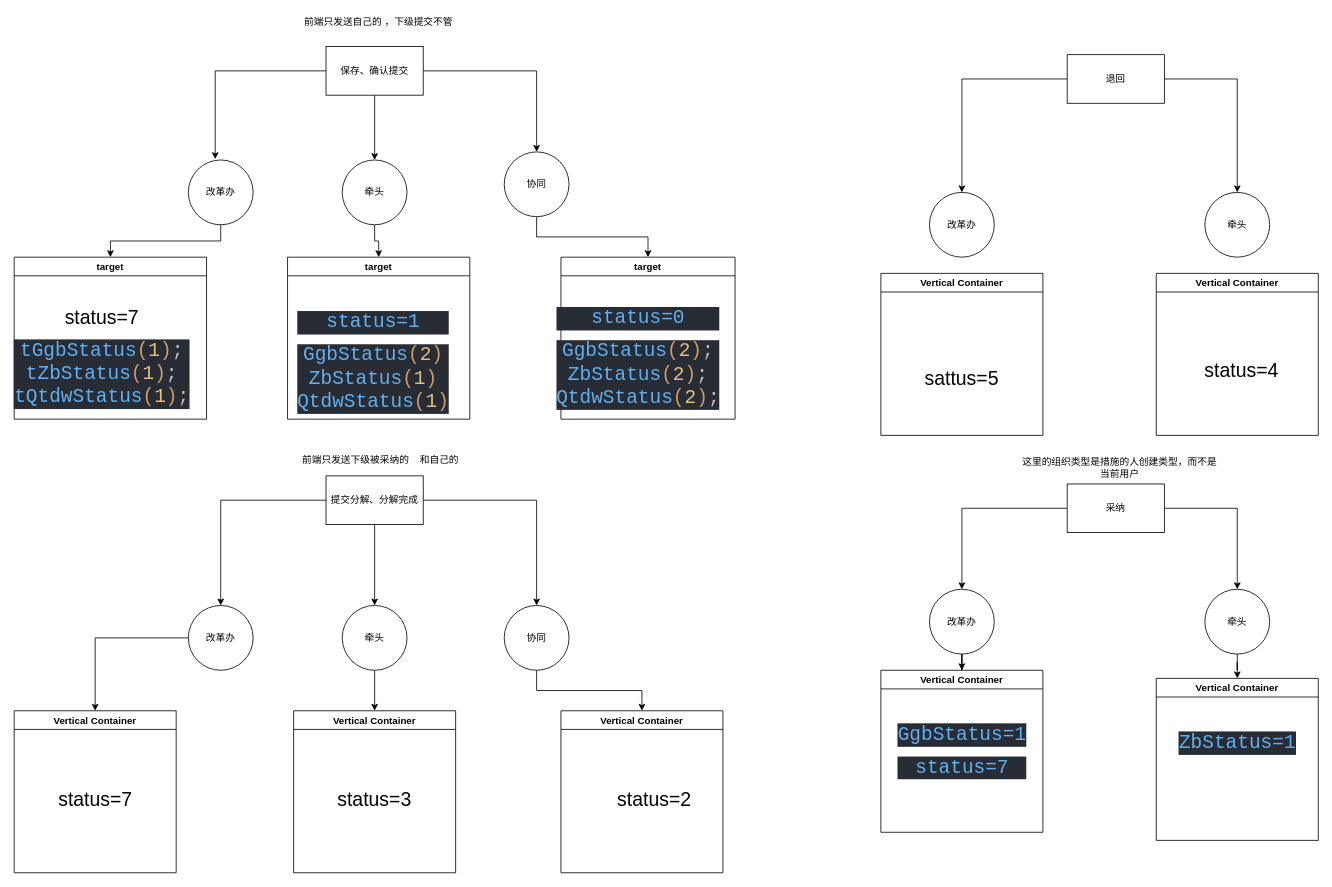
Above: 措施状态位变化.drawio in Leicw/draw.io_file (draw.io), before the change. Source tidied: cells renumbered, new cells numbered last; positions are measured from the earlier drawing's top-left corner, leaving out a move shared by most shapes. Both pictures are drawn from the tidied source at 81%, with x=0, y=0 at pixel (14, 14).
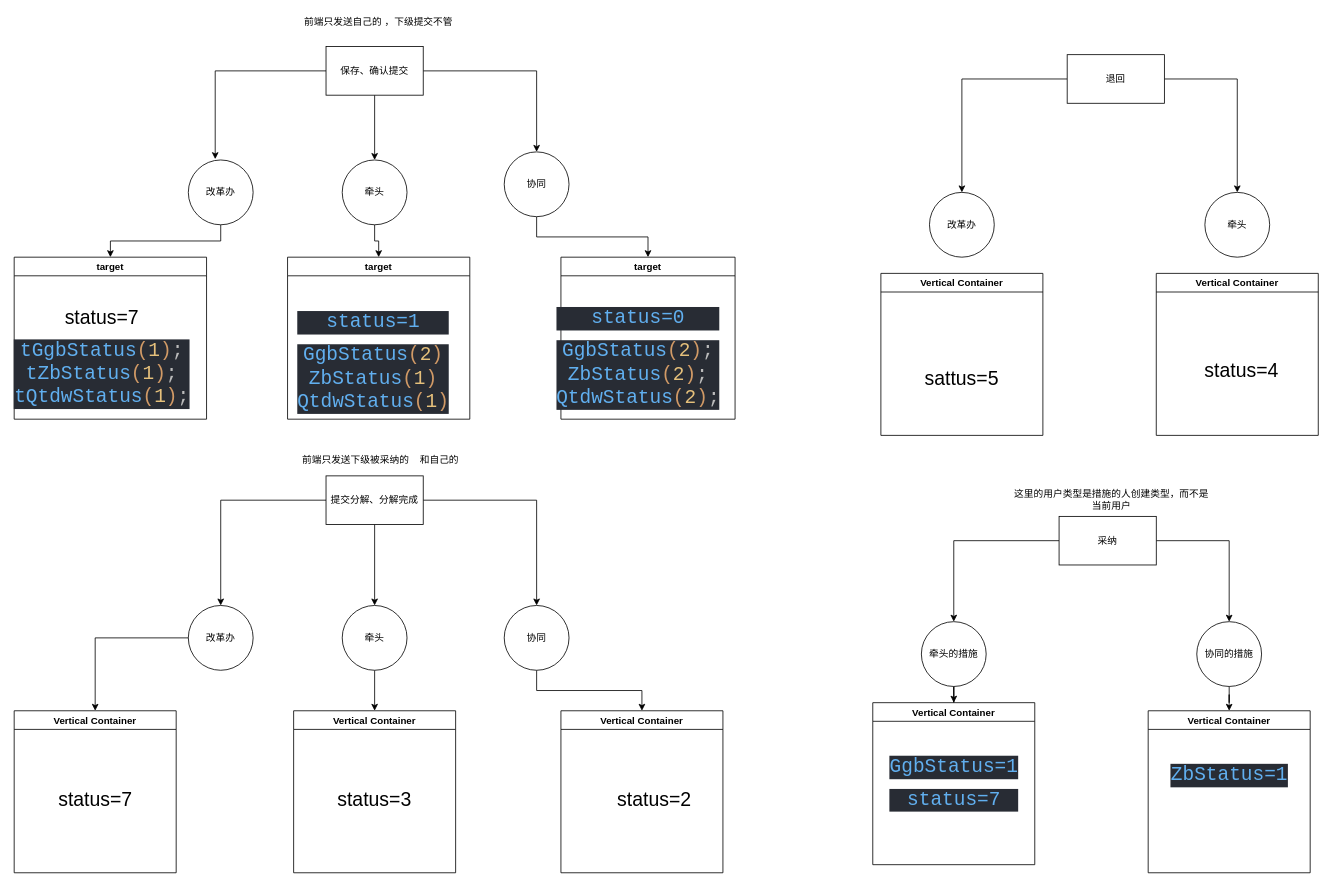
Above is the later version.

Commit message (it also covers changes not shown here):
Update 措施状态位变化.drawio

Change to the diagram source:
```diff
@@
     <mxCell id="47" value="采纳" style="rounded=0;whiteSpace=wrap;html=1;" parent="1" vertex="1">
-      <mxGeometry x="1300" y="580" width="120" height="60" as="geometry" />
+      <mxGeometry x="1290" y="620" width="120" height="60" as="geometry" />
     </mxCell>
@@
-    <mxCell id="49" value="改革办" style="ellipse;whiteSpace=wrap;html=1;" parent="1" vertex="1">
-      <mxGeometry x="1130" y="710" width="80" height="80" as="geometry" />
+    <mxCell id="49" value="牵头的措施" style="ellipse;whiteSpace=wrap;html=1;" parent="1" vertex="1">
+      <mxGeometry x="1120" y="750" width="80" height="80" as="geometry" />
     </mxCell>
@@
-    <mxCell id="51" value="牵头" style="ellipse;whiteSpace=wrap;html=1;" parent="1" vertex="1">
-      <mxGeometry x="1470" y="710" width="80" height="80" as="geometry" />
+    <mxCell id="51" value="协同的措施" style="ellipse;whiteSpace=wrap;html=1;" parent="1" vertex="1">
+      <mxGeometry x="1460" y="750" width="80" height="80" as="geometry" />
     </mxCell>
-    <mxCell id="52" value="这里的组织类型是措施的人创建类型，而不是当前用户" style="text;html=1;strokeColor=none;fillColor=none;align=center;verticalAlign=middle;whiteSpace=wrap;rounded=0;" parent="1" vertex="1">
-      <mxGeometry x="1239" y="550" width="252" height="20" as="geometry" />
+    <mxCell id="52" value="这里的用户类型是措施的人创建类型，而不是当前用户" style="text;html=1;strokeColor=none;fillColor=none;align=center;verticalAlign=middle;whiteSpace=wrap;rounded=0;" parent="1" vertex="1">
+      <mxGeometry x="1229" y="590" width="252" height="20" as="geometry" />
     </mxCell>
     <mxCell id="53" value="Vertical Container" style="swimlane;" parent="1" vertex="1">
-      <mxGeometry x="1070" y="810" width="200" height="200" as="geometry" />
+      <mxGeometry x="1060" y="850" width="200" height="200" as="geometry" />
     </mxCell>
     <mxCell id="54" value="&lt;pre style=&quot;background-color: rgb(40 , 44 , 52) ; color: rgb(187 , 187 , 187) ; font-family: &amp;#34;jetbrains mono&amp;#34; , monospace&quot;&gt;&lt;span style=&quot;color: rgb(97 , 175 , 239)&quot;&gt;&lt;font style=&quot;font-size: 24px&quot;&gt;GgbStatus=1&lt;/font&gt;&lt;/span&gt;&lt;/pre&gt;&lt;pre style=&quot;background-color: rgb(40 , 44 , 52) ; color: rgb(187 , 187 , 187) ; font-family: &amp;#34;jetbrains mono&amp;#34; , monospace&quot;&gt;&lt;span style=&quot;color: rgb(97 , 175 , 239)&quot;&gt;&lt;font style=&quot;font-size: 24px&quot;&gt;status=7&lt;/font&gt;&lt;/span&gt;&lt;/pre&gt;" style="text;html=1;align=center;verticalAlign=middle;strokeColor=none;" parent="1" vertex="1">
-      <mxGeometry x="1095" y="870" width="150" height="80" as="geometry" />
+      <mxGeometry x="1085" y="910" width="150" height="80" as="geometry" />
     </mxCell>
     <mxCell id="55" value="Vertical Container" style="swimlane;" parent="1" vertex="1">
-      <mxGeometry x="1410" y="820" width="200" height="200" as="geometry" />
+      <mxGeometry x="1400" y="860" width="200" height="200" as="geometry" />
     </mxCell>
     <mxCell id="56" value="&lt;pre style=&quot;background-color: rgb(40 , 44 , 52) ; color: rgb(187 , 187 , 187) ; font-family: &amp;#34;jetbrains mono&amp;#34; , monospace&quot;&gt;&lt;span style=&quot;color: rgb(97 , 175 , 239)&quot;&gt;&lt;font style=&quot;font-size: 24px&quot;&gt;ZbStatus=1&lt;/font&gt;&lt;/span&gt;&lt;/pre&gt;" style="text;html=1;align=center;verticalAlign=middle;strokeColor=none;" parent="1" vertex="1">
-      <mxGeometry x="1440" y="875" width="140" height="50" as="geometry" />
+      <mxGeometry x="1430" y="915" width="140" height="50" as="geometry" />
     </mxCell>
```
